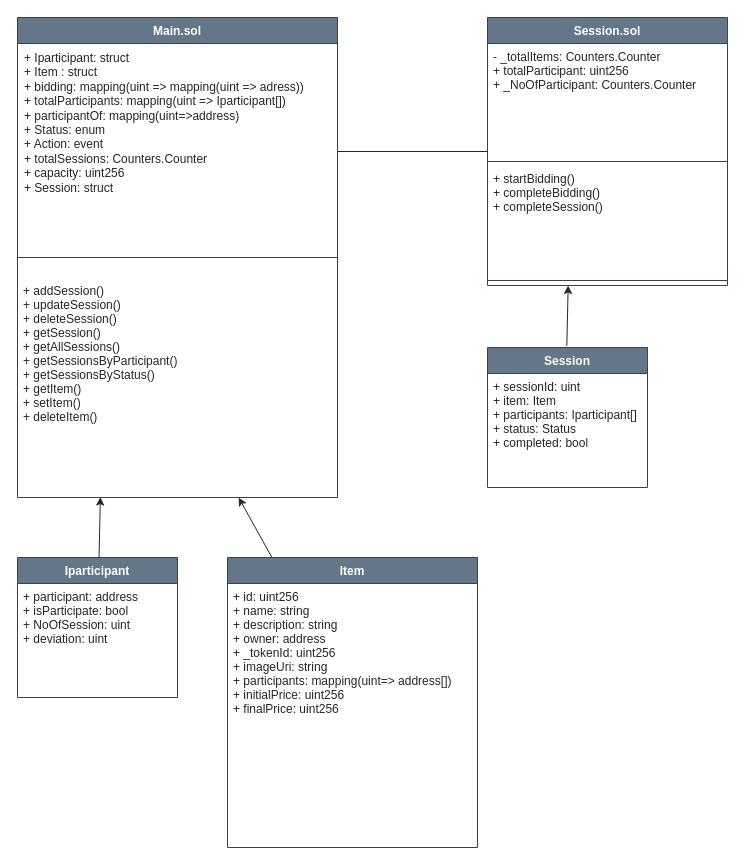
The draw.io diagram UML/PricingChain.drawio in dandev947366/movieapp, before the edit. Source tidied: cells renumbered, new cells numbered last; positions are measured from the earlier drawing's top-left corner, leaving out a move shared by most shapes. Both pictures are drawn from the tidied source at 100%, with x=0, y=0 at pixel (17, 17).
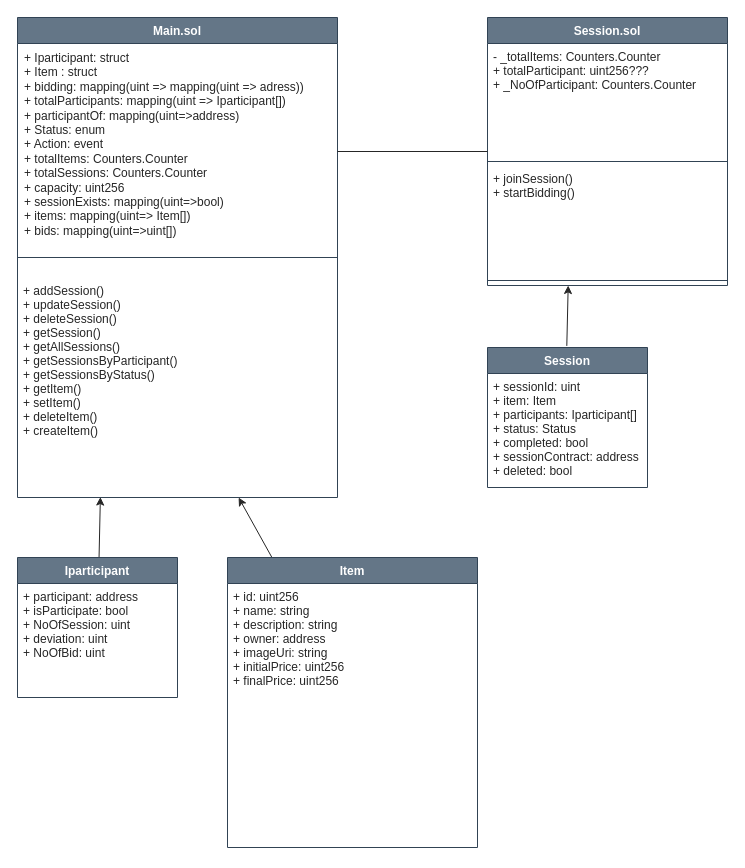
After the change.

Unchanged cells that the change refers to:
```xml
<mxCell id="2" value="Main.sol" style="swimlane;fontStyle=1;align=center;verticalAlign=top;horizontal=1;startSize=26;fillColor=#647687;strokeColor=#314354;fontColor=#FFFFFF;" parent="1" vertex="1">
  <mxGeometry width="320" height="480" as="geometry" />
</mxCell>
<mxCell id="7" value="Iparticipant" style="swimlane;fontStyle=1;align=center;verticalAlign=top;horizontal=1;startSize=26;fillColor=#647687;strokeColor=#314354;fontColor=#FFFFFF;" parent="1" vertex="1">
  <mxGeometry y="540" width="160" height="140" as="geometry" />
</mxCell>
<mxCell id="10" value="Item" style="swimlane;fontStyle=1;align=center;verticalAlign=top;horizontal=1;startSize=26;fillColor=#647687;strokeColor=#314354;fontColor=#FFFFFF;" parent="1" vertex="1">
  <mxGeometry x="210" y="540" width="250" height="290" as="geometry" />
</mxCell>
<mxCell id="12" value="Session.sol" style="swimlane;fontStyle=1;align=center;verticalAlign=top;horizontal=1;startSize=26;fillColor=#647687;strokeColor=#314354;fontColor=#FFFFFF;" parent="1" vertex="1">
  <mxGeometry x="470" width="240" height="268" as="geometry" />
</mxCell>
<mxCell id="18" value="Session" style="swimlane;fontStyle=1;align=center;verticalAlign=top;horizontal=1;startSize=26;fillColor=#647687;strokeColor=#314354;fontColor=#FFFFFF;" parent="1" vertex="1">
  <mxGeometry x="470" y="330" width="160" height="140" as="geometry" />
</mxCell>
```

Change to the diagram source:
```diff
@@
-    <mxCell id="3" value="+ Iparticipant: struct&lt;br&gt;+ Item : struct&lt;br&gt;+ bidding: mapping(uint =&amp;gt; mapping(uint =&amp;gt; adress))&lt;br&gt;+ totalParticipants: mapping(uint =&amp;gt; Iparticipant[])&lt;br&gt;+ participantOf: mapping(uint=&amp;gt;address)&lt;br&gt;+ Status: enum&lt;br&gt;+ Action: event&lt;br&gt;+ totalSessions: Counters.Counter&lt;br&gt;+ capacity: uint256&lt;br&gt;+ Session: struct" style="text;strokeColor=none;fillColor=none;align=left;verticalAlign=top;spacingLeft=4;spacingRight=4;overflow=hidden;fontColor=#262626;spacing=3;spacingTop=0;html=1;" parent="2" vertex="1">
+    <mxCell id="3" value="+ Iparticipant: struct&lt;br&gt;+ Item : struct&lt;br&gt;+ bidding: mapping(uint =&amp;gt; mapping(uint =&amp;gt; adress))&lt;br&gt;+ totalParticipants: mapping(uint =&amp;gt; Iparticipant[])&lt;br&gt;+ participantOf: mapping(uint=&amp;gt;address)&lt;br&gt;+ Status: enum&lt;br&gt;+ Action: event&lt;br&gt;+ totalItems: Counters.Counter&lt;br&gt;+ totalSessions: Counters.Counter&lt;br&gt;+ capacity: uint256&lt;br&gt;+ sessionExists: mapping(uint=&amp;gt;bool)&lt;br&gt;+ items: mapping(uint=&amp;gt; Item[])&lt;br&gt;+ bids: mapping(uint=&amp;gt;uint[])" style="text;strokeColor=none;fillColor=none;align=left;verticalAlign=top;spacingLeft=4;spacingRight=4;overflow=hidden;fontColor=#262626;spacing=3;spacingTop=0;html=1;" parent="2" vertex="1">
       <mxGeometry y="26" width="320" height="194" as="geometry" />
     </mxCell>
@@
-    <mxCell id="5" value="+ addSession()&#10;+ updateSession()&#10;+ deleteSession()&#10;+ getSession()&#10;+ getAllSessions()&#10;+ getSessionsByParticipant()&#10;+ getSessionsByStatus()&#10;+ getItem()&#10;+ setItem()&#10;+ deleteItem()&#10;" style="text;strokeColor=none;fillColor=none;align=left;verticalAlign=top;spacingLeft=4;spacingRight=4;overflow=hidden;points=[[0,0.5],[1,0.5]];portConstraint=eastwest;fontColor=#262626;" parent="2" vertex="1">
+    <mxCell id="5" value="+ addSession()&#10;+ updateSession()&#10;+ deleteSession()&#10;+ getSession()&#10;+ getAllSessions()&#10;+ getSessionsByParticipant()&#10;+ getSessionsByStatus()&#10;+ getItem()&#10;+ setItem()&#10;+ deleteItem()&#10;+ createItem()&#10;" style="text;strokeColor=none;fillColor=none;align=left;verticalAlign=top;spacingLeft=4;spacingRight=4;overflow=hidden;points=[[0,0.5],[1,0.5]];portConstraint=eastwest;fontColor=#262626;" parent="2" vertex="1">
       <mxGeometry y="260" width="320" height="220" as="geometry" />
     </mxCell>
@@
-    <mxCell id="8" value="+ participant: address&#10;+ isParticipate: bool&#10;+ NoOfSession: uint&#10;+ deviation: uint" style="text;strokeColor=none;fillColor=none;align=left;verticalAlign=top;spacingLeft=4;spacingRight=4;overflow=hidden;fontColor=#262626;" parent="7" vertex="1">
+    <mxCell id="8" value="+ participant: address&#10;+ isParticipate: bool&#10;+ NoOfSession: uint&#10;+ deviation: uint&#10;+ NoOfBid: uint" style="text;strokeColor=none;fillColor=none;align=left;verticalAlign=top;spacingLeft=4;spacingRight=4;overflow=hidden;fontColor=#262626;" parent="7" vertex="1">
       <mxGeometry y="26" width="160" height="114" as="geometry" />
     </mxCell>
@@
-    <mxCell id="11" value="+ id: uint256&#10;+ name: string&#10;+ description: string&#10;+ owner: address&#10;+ _tokenId: uint256&#10;+ imageUri: string&#10;+ participants: mapping(uint=&gt; address[]) &#10;+ initialPrice: uint256&#10;+ finalPrice: uint256&#10;&#10;" style="text;strokeColor=none;fillColor=none;align=left;verticalAlign=top;spacingLeft=4;spacingRight=4;overflow=hidden;fontColor=#262626;" parent="10" vertex="1">
+    <mxCell id="11" value="+ id: uint256&#10;+ name: string&#10;+ description: string&#10;+ owner: address&#10;+ imageUri: string&#10;+ initialPrice: uint256&#10;+ finalPrice: uint256&#10;&#10;" style="text;strokeColor=none;fillColor=none;align=left;verticalAlign=top;spacingLeft=4;spacingRight=4;overflow=hidden;fontColor=#262626;" parent="10" vertex="1">
       <mxGeometry y="26" width="250" height="264" as="geometry" />
     </mxCell>
@@
-    <mxCell id="13" value="- _totalItems: Counters.Counter&#10;+ totalParticipant: uint256&#10;+ _NoOfParticipant: Counters.Counter&#10;" style="text;strokeColor=none;fillColor=none;align=left;verticalAlign=top;spacingLeft=4;spacingRight=4;overflow=hidden;fontColor=#262626;" parent="12" vertex="1">
+    <mxCell id="13" value="- _totalItems: Counters.Counter&#10;+ totalParticipant: uint256???&#10;+ _NoOfParticipant: Counters.Counter&#10;" style="text;strokeColor=none;fillColor=none;align=left;verticalAlign=top;spacingLeft=4;spacingRight=4;overflow=hidden;fontColor=#262626;" parent="12" vertex="1">
       <mxGeometry y="26" width="240" height="114" as="geometry" />
     </mxCell>
@@
-    <mxCell id="15" value="+ startBidding()&#10;+ completeBidding()&#10;+ completeSession()&#10;&#10;" style="text;strokeColor=none;fillColor=none;align=left;verticalAlign=top;spacingLeft=4;spacingRight=4;overflow=hidden;fontColor=#262626;" parent="12" vertex="1">
+    <mxCell id="15" value="+ joinSession()&#10;+ startBidding()&#10;" style="text;strokeColor=none;fillColor=none;align=left;verticalAlign=top;spacingLeft=4;spacingRight=4;overflow=hidden;fontColor=#262626;" parent="12" vertex="1">
       <mxGeometry y="148" width="240" height="110" as="geometry" />
     </mxCell>
@@
-    <mxCell id="19" value="+ sessionId: uint&#10;+ item: Item&#10;+ participants: Iparticipant[]&#10;+ status: Status&#10;+ completed: bool" style="text;strokeColor=none;fillColor=none;align=left;verticalAlign=top;spacingLeft=4;spacingRight=4;overflow=hidden;fontColor=#262626;" parent="18" vertex="1">
+    <mxCell id="19" value="+ sessionId: uint&#10;+ item: Item&#10;+ participants: Iparticipant[]&#10;+ status: Status&#10;+ completed: bool&#10;+ sessionContract: address&#10;+ deleted: bool" style="text;strokeColor=none;fillColor=none;align=left;verticalAlign=top;spacingLeft=4;spacingRight=4;overflow=hidden;fontColor=#262626;" parent="18" vertex="1">
       <mxGeometry y="26" width="160" height="114" as="geometry" />
     </mxCell>
```
